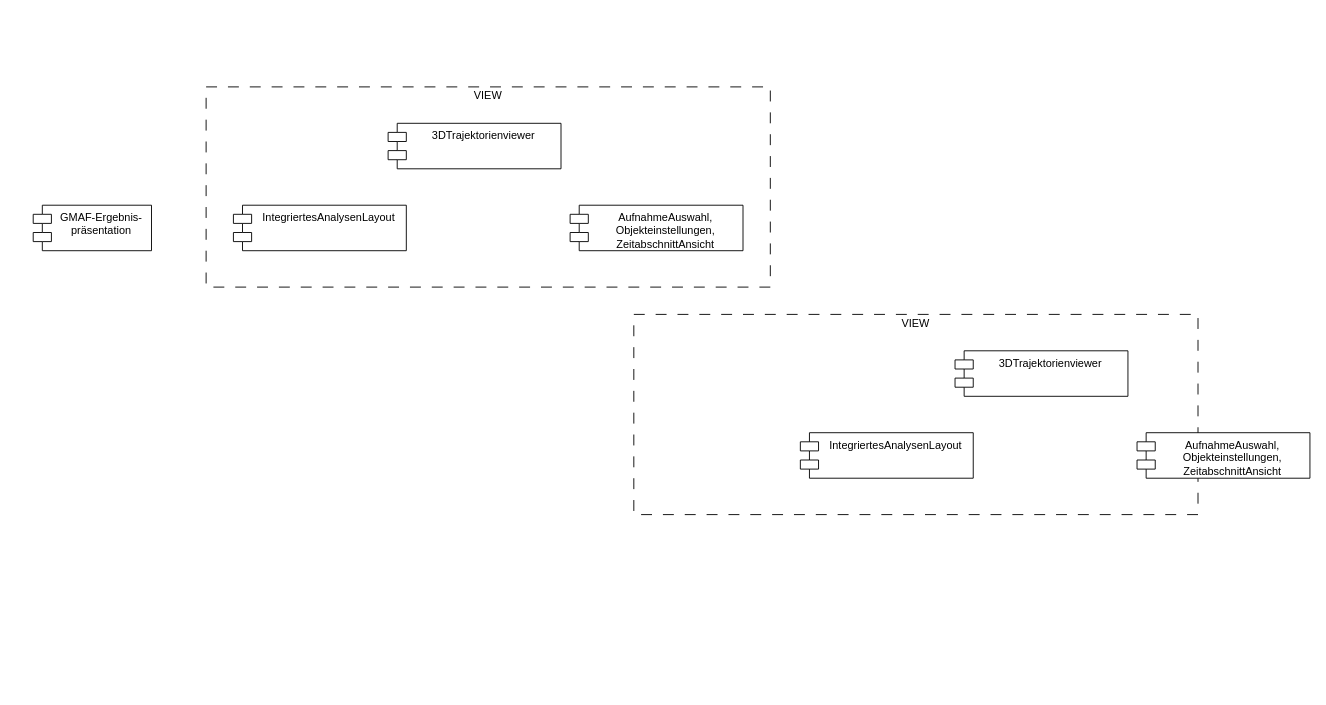
Earlier version of the draw.io diagram Komponentendiagramm.drawio (mfneu/fapra). Source tidied: cells renumbered, new cells numbered last; positions are measured from the earlier drawing's top-left corner, leaving out a move shared by most shapes. Both pictures are drawn from the tidied source at 91%, with x=0, y=0 at pixel (33, 86).
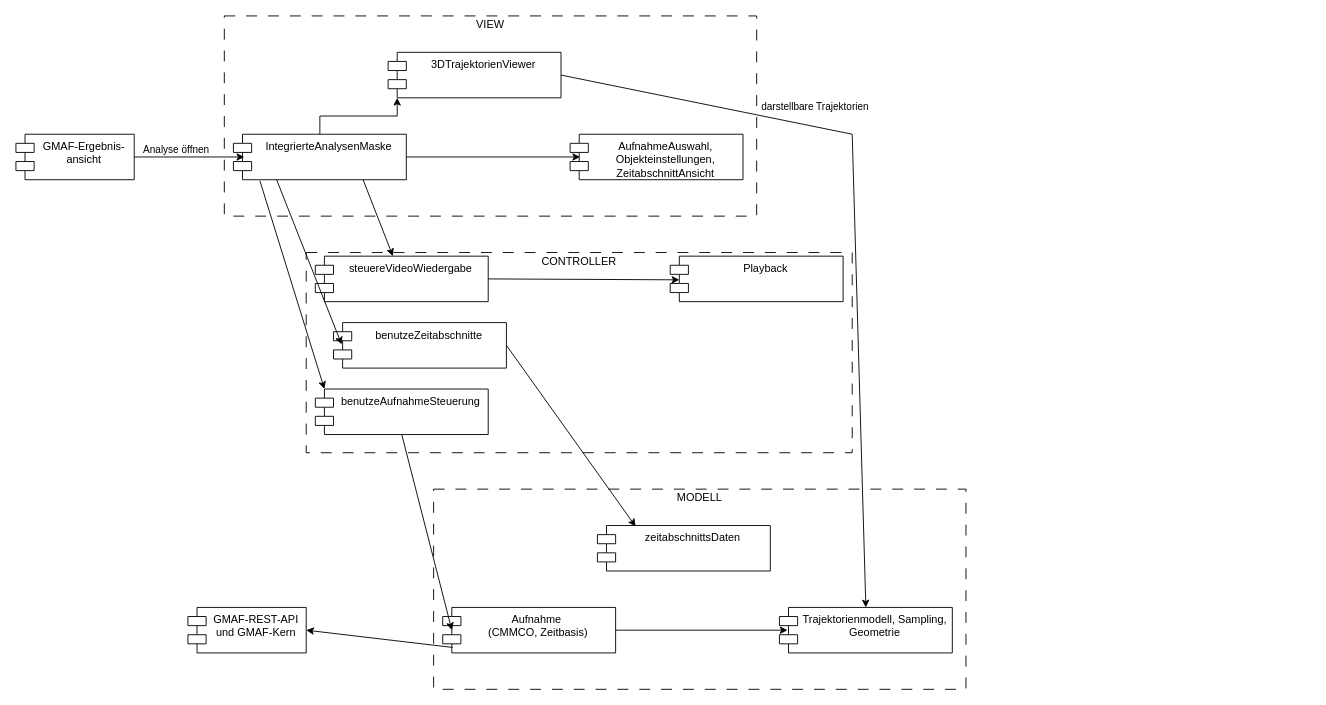
Above is the later version.

Change to the diagram source:
```diff
@@
     <mxCell id="2" value="&lt;div style=&quot;text-align: left;&quot;&gt;VIEW&lt;/div&gt;&lt;div style=&quot;text-align: left;&quot;&gt;&lt;br&gt;&lt;/div&gt;&lt;div style=&quot;text-align: left;&quot;&gt;&lt;br&gt;&lt;/div&gt;&lt;div style=&quot;text-align: left;&quot;&gt;&lt;br&gt;&lt;/div&gt;&lt;div style=&quot;text-align: left;&quot;&gt;&lt;br&gt;&lt;/div&gt;&lt;div style=&quot;text-align: left;&quot;&gt;&lt;br&gt;&lt;/div&gt;&lt;div style=&quot;text-align: left;&quot;&gt;&lt;br&gt;&lt;/div&gt;&lt;div&gt;&lt;br&gt;&lt;/div&gt;&lt;div&gt;&lt;br&gt;&lt;/div&gt;&lt;div&gt;&lt;br&gt;&lt;/div&gt;&lt;div&gt;&lt;br&gt;&lt;/div&gt;&lt;div&gt;&lt;br&gt;&lt;/div&gt;&lt;div&gt;&lt;br&gt;&lt;/div&gt;&lt;div&gt;&lt;br&gt;&lt;/div&gt;&lt;div style=&quot;text-align: left;&quot;&gt;&lt;br&gt;&lt;/div&gt;" style="rounded=0;whiteSpace=wrap;html=1;dashed=1;dashPattern=12 12;" parent="1" vertex="1">
-      <mxGeometry x="190" width="620" height="220" as="geometry" />
+      <mxGeometry x="210" y="-78" width="585" height="220" as="geometry" />
     </mxCell>
-    <mxCell id="3" value="GMAF-Ergebnis-&lt;div&gt;präsentation&lt;/div&gt;" style="shape=module;align=left;spacingLeft=20;align=center;verticalAlign=top;whiteSpace=wrap;html=1;" parent="1" vertex="1">
-      <mxGeometry y="130" width="130" height="50" as="geometry" />
+    <mxCell id="3" value="GMAF-Ergebnis-&lt;div&gt;ansicht&lt;/div&gt;" style="shape=module;align=left;spacingLeft=20;align=center;verticalAlign=top;whiteSpace=wrap;html=1;" parent="1" vertex="1">
+      <mxGeometry x="-19" y="52" width="130" height="50" as="geometry" />
     </mxCell>
-    <mxCell id="4" value="IntegriertesAnalysenLayout" style="shape=module;align=left;spacingLeft=20;align=center;verticalAlign=top;whiteSpace=wrap;html=1;" parent="1" vertex="1">
-      <mxGeometry x="220" y="130" width="190" height="50" as="geometry" />
+    <mxCell id="4" value="IntegrierteAnalysenMaske" style="shape=module;align=left;spacingLeft=20;align=center;verticalAlign=top;whiteSpace=wrap;html=1;" parent="1" vertex="1">
+      <mxGeometry x="220" y="52" width="190" height="50" as="geometry" />
     </mxCell>
-    <mxCell id="5" value="3DTrajektorienviewer" style="shape=module;align=left;spacingLeft=20;align=center;verticalAlign=top;whiteSpace=wrap;html=1;" parent="1" vertex="1">
-      <mxGeometry x="390" y="40" width="190" height="50" as="geometry" />
+    <mxCell id="5" value="3DTrajektorienViewer" style="shape=module;align=left;spacingLeft=20;align=center;verticalAlign=top;whiteSpace=wrap;html=1;" parent="1" vertex="1">
+      <mxGeometry x="390" y="-38" width="190" height="50" as="geometry" />
     </mxCell>
     <mxCell id="6" value="AufnahmeAuswahl, Objekteinstellungen, ZeitabschnittAnsicht" style="shape=module;align=left;spacingLeft=20;align=center;verticalAlign=top;whiteSpace=wrap;html=1;" parent="1" vertex="1">
-      <mxGeometry x="590" y="130" width="190" height="50" as="geometry" />
+      <mxGeometry x="590" y="52" width="190" height="50" as="geometry" />
     </mxCell>
-    <mxCell id="7" value="&lt;div style=&quot;text-align: left;&quot;&gt;VIEW&lt;/div&gt;&lt;div style=&quot;text-align: left;&quot;&gt;&lt;br&gt;&lt;/div&gt;&lt;div style=&quot;text-align: left;&quot;&gt;&lt;br&gt;&lt;/div&gt;&lt;div style=&quot;text-align: left;&quot;&gt;&lt;br&gt;&lt;/div&gt;&lt;div style=&quot;text-align: left;&quot;&gt;&lt;br&gt;&lt;/div&gt;&lt;div style=&quot;text-align: left;&quot;&gt;&lt;br&gt;&lt;/div&gt;&lt;div style=&quot;text-align: left;&quot;&gt;&lt;br&gt;&lt;/div&gt;&lt;div&gt;&lt;br&gt;&lt;/div&gt;&lt;div&gt;&lt;br&gt;&lt;/div&gt;&lt;div&gt;&lt;br&gt;&lt;/div&gt;&lt;div&gt;&lt;br&gt;&lt;/div&gt;&lt;div&gt;&lt;br&gt;&lt;/div&gt;&lt;div&gt;&lt;br&gt;&lt;/div&gt;&lt;div&gt;&lt;br&gt;&lt;/div&gt;&lt;div style=&quot;text-align: left;&quot;&gt;&lt;br&gt;&lt;/div&gt;" style="rounded=0;whiteSpace=wrap;html=1;dashed=1;dashPattern=12 12;" parent="1" vertex="1">
-      <mxGeometry x="660" y="250" width="620" height="220" as="geometry" />
+    <mxCell id="7" value="&lt;div style=&quot;text-align: left;&quot;&gt;CONTROLLER&lt;/div&gt;&lt;div style=&quot;text-align: left;&quot;&gt;&lt;br&gt;&lt;/div&gt;&lt;div style=&quot;text-align: left;&quot;&gt;&lt;br&gt;&lt;/div&gt;&lt;div style=&quot;text-align: left;&quot;&gt;&lt;br&gt;&lt;/div&gt;&lt;div style=&quot;text-align: left;&quot;&gt;&lt;br&gt;&lt;/div&gt;&lt;div style=&quot;text-align: left;&quot;&gt;&lt;br&gt;&lt;/div&gt;&lt;div style=&quot;text-align: left;&quot;&gt;&lt;br&gt;&lt;/div&gt;&lt;div style=&quot;text-align: left;&quot;&gt;&lt;br&gt;&lt;/div&gt;&lt;div style=&quot;text-align: left;&quot;&gt;&lt;br&gt;&lt;/div&gt;&lt;div style=&quot;text-align: left;&quot;&gt;&lt;br&gt;&lt;/div&gt;&lt;div style=&quot;text-align: left;&quot;&gt;&lt;br&gt;&lt;/div&gt;&lt;div style=&quot;text-align: left;&quot;&gt;&lt;br&gt;&lt;/div&gt;&lt;div style=&quot;text-align: left;&quot;&gt;&lt;br&gt;&lt;/div&gt;&lt;div style=&quot;text-align: left;&quot;&gt;&lt;br&gt;&lt;/div&gt;&lt;div style=&quot;text-align: left;&quot;&gt;&lt;br&gt;&lt;/div&gt;" style="rounded=0;whiteSpace=wrap;html=1;dashed=1;dashPattern=12 12;" parent="1" vertex="1">
+      <mxGeometry x="300" y="182" width="600" height="220" as="geometry" />
     </mxCell>
-    <mxCell id="8" value="IntegriertesAnalysenLayout" style="shape=module;align=left;spacingLeft=20;align=center;verticalAlign=top;whiteSpace=wrap;html=1;" parent="1" vertex="1">
-      <mxGeometry x="843" y="380" width="190" height="50" as="geometry" />
+    <mxCell id="8" value="steuereVideoWiedergabe" style="shape=module;align=left;spacingLeft=20;align=center;verticalAlign=top;whiteSpace=wrap;html=1;" parent="1" vertex="1">
+      <mxGeometry x="310" y="186" width="190" height="50" as="geometry" />
     </mxCell>
-    <mxCell id="9" value="3DTrajektorienviewer" style="shape=module;align=left;spacingLeft=20;align=center;verticalAlign=top;whiteSpace=wrap;html=1;" parent="1" vertex="1">
-      <mxGeometry x="1013" y="290" width="190" height="50" as="geometry" />
+    <mxCell id="9" value="benutzeZeitabschnitte" style="shape=module;align=left;spacingLeft=20;align=center;verticalAlign=top;whiteSpace=wrap;html=1;" parent="1" vertex="1">
+      <mxGeometry x="330" y="259" width="190" height="50" as="geometry" />
     </mxCell>
-    <mxCell id="10" value="AufnahmeAuswahl, Objekteinstellungen, ZeitabschnittAnsicht" style="shape=module;align=left;spacingLeft=20;align=center;verticalAlign=top;whiteSpace=wrap;html=1;" parent="1" vertex="1">
-      <mxGeometry x="1213" y="380" width="190" height="50" as="geometry" />
-    </mxCell>
+    <mxCell id="11" value="Playback" style="shape=module;align=left;spacingLeft=20;align=center;verticalAlign=top;whiteSpace=wrap;html=1;" parent="1" vertex="1">
+      <mxGeometry x="700" y="186" width="190" height="50" as="geometry" />
+    </mxCell>
+    <mxCell id="12" value="benutzeAufnahmeSteuerung" style="shape=module;align=left;spacingLeft=20;align=center;verticalAlign=top;whiteSpace=wrap;html=1;" parent="1" vertex="1">
+      <mxGeometry x="310" y="332" width="190" height="50" as="geometry" />
+    </mxCell>
+    <mxCell id="13" value="&lt;div style=&quot;text-align: left;&quot;&gt;MODELL&lt;/div&gt;&lt;div style=&quot;text-align: left;&quot;&gt;&lt;br&gt;&lt;/div&gt;&lt;div style=&quot;text-align: left;&quot;&gt;&lt;br&gt;&lt;/div&gt;&lt;div style=&quot;text-align: left;&quot;&gt;&lt;br&gt;&lt;/div&gt;&lt;div style=&quot;text-align: left;&quot;&gt;&lt;br&gt;&lt;/div&gt;&lt;div style=&quot;text-align: left;&quot;&gt;&lt;br&gt;&lt;/div&gt;&lt;div style=&quot;text-align: left;&quot;&gt;&lt;br&gt;&lt;/div&gt;&lt;div&gt;&lt;br&gt;&lt;/div&gt;&lt;div&gt;&lt;br&gt;&lt;/div&gt;&lt;div&gt;&lt;br&gt;&lt;/div&gt;&lt;div&gt;&lt;br&gt;&lt;/div&gt;&lt;div&gt;&lt;br&gt;&lt;/div&gt;&lt;div&gt;&lt;br&gt;&lt;/div&gt;&lt;div&gt;&lt;br&gt;&lt;/div&gt;&lt;div style=&quot;text-align: left;&quot;&gt;&lt;br&gt;&lt;/div&gt;" style="rounded=0;whiteSpace=wrap;html=1;dashed=1;dashPattern=12 12;" parent="1" vertex="1">
+      <mxGeometry x="440" y="442" width="585" height="220" as="geometry" />
+    </mxCell>
+    <mxCell id="14" value="Aufnahme&amp;nbsp;&lt;div&gt;(CMMCO, Zeitbasis)&lt;/div&gt;" style="shape=module;align=left;spacingLeft=20;align=center;verticalAlign=top;whiteSpace=wrap;html=1;" parent="1" vertex="1">
+      <mxGeometry x="450" y="572" width="190" height="50" as="geometry" />
+    </mxCell>
+    <mxCell id="15" value="zeitabschnittsDaten" style="shape=module;align=left;spacingLeft=20;align=center;verticalAlign=top;whiteSpace=wrap;html=1;" parent="1" vertex="1">
+      <mxGeometry x="620" y="482" width="190" height="50" as="geometry" />
+    </mxCell>
+    <mxCell id="16" value="Trajektorienmodell, Sampling, Geometrie" style="shape=module;align=left;spacingLeft=20;align=center;verticalAlign=top;whiteSpace=wrap;html=1;" parent="1" vertex="1">
+      <mxGeometry x="820" y="572" width="190" height="50" as="geometry" />
+    </mxCell>
+    <mxCell id="17" style="endArrow=classic;html=1;rounded=0;defaultLabelBackgroundColor=page;labelPadding=0 4;exitX=0.153;exitY=1.02;exitDx=0;exitDy=0;exitPerimeter=0;entryX=0;entryY=0;entryDx=10;entryDy=0;entryPerimeter=0;" parent="1" edge="1" source="4" target="12">
+      <mxGeometry relative="1" as="geometry" />
+    </mxCell>
+    <mxCell id="18" style="endArrow=classic;html=1;rounded=0;defaultLabelBackgroundColor=page;labelPadding=0 4;exitX=0.75;exitY=1;exitDx=0;exitDy=0;" parent="1" edge="1" source="4" target="8">
+      <mxGeometry relative="1" as="geometry" />
+    </mxCell>
+    <mxCell id="19" style="edgeStyle=orthogonalEdgeStyle;rounded=0;jettySize=auto;html=1;exitX=1;exitY=0.5;exitDx=0;exitDy=0;entryX=0.063;entryY=0.5;entryDx=0;entryDy=0;entryPerimeter=0;defaultLabelBackgroundColor=page;labelPadding=0 4;" parent="1" edge="1" source="3" target="4">
+      <mxGeometry relative="1" as="geometry" />
+    </mxCell>
+    <mxCell id="20" value="Analyse öffnen" style="edgeLabel;html=1;align=center;verticalAlign=middle;inheritText=1;defaultLabelBackgroundColor=page;labelPadding=0 4;" parent="19" vertex="1">
+      <mxGeometry x="-0.25" y="1" relative="1" as="geometry">
+        <mxPoint y="-8" as="offset" />
+      </mxGeometry>
+    </mxCell>
+    <mxCell id="21" style="endArrow=classic;html=1;rounded=0;defaultLabelBackgroundColor=page;labelPadding=0 4;exitX=0.5;exitY=1;exitDx=0;exitDy=0;entryX=0.053;entryY=0.5;entryDx=0;entryDy=0;entryPerimeter=0;" parent="1" edge="1" source="12" target="14">
+      <mxGeometry relative="1" as="geometry" />
+    </mxCell>
+    <mxCell id="22" style="endArrow=classic;html=1;rounded=0;defaultLabelBackgroundColor=page;labelPadding=0 4;exitX=1;exitY=0.5;exitDx=0;exitDy=0;entryX=0.221;entryY=0.02;entryDx=0;entryDy=0;entryPerimeter=0;" parent="1" edge="1" source="9" target="15">
+      <mxGeometry relative="1" as="geometry" />
+    </mxCell>
+    <mxCell id="23" style="edgeStyle=orthogonalEdgeStyle;rounded=0;jettySize=auto;html=1;exitX=0.5;exitY=0;exitDx=0;exitDy=0;entryX=0;entryY=1;entryDx=10;entryDy=0;entryPerimeter=0;defaultLabelBackgroundColor=page;labelPadding=0 4;" parent="1" edge="1" source="4" target="5">
+      <mxGeometry relative="1" as="geometry" />
+    </mxCell>
+    <mxCell id="24" style="endArrow=classic;html=1;rounded=0;defaultLabelBackgroundColor=page;labelPadding=0 4;exitX=0.25;exitY=1;exitDx=0;exitDy=0;entryX=0.047;entryY=0.48;entryDx=0;entryDy=0;entryPerimeter=0;" parent="1" edge="1" source="4" target="9">
+      <mxGeometry relative="1" as="geometry" />
+    </mxCell>
+    <mxCell id="25" style="edgeStyle=orthogonalEdgeStyle;rounded=0;jettySize=auto;html=1;exitX=1;exitY=0.5;exitDx=0;exitDy=0;entryX=0.058;entryY=0.5;entryDx=0;entryDy=0;entryPerimeter=0;defaultLabelBackgroundColor=page;labelPadding=0 4;" parent="1" edge="1" source="4" target="6">
+      <mxGeometry relative="1" as="geometry" />
+    </mxCell>
+    <mxCell id="26" style="endArrow=classic;html=1;rounded=0;defaultLabelBackgroundColor=page;labelPadding=0 4;exitX=1;exitY=0.5;exitDx=0;exitDy=0;entryX=0.047;entryY=0.5;entryDx=0;entryDy=0;entryPerimeter=0;" parent="1" edge="1" source="14" target="16">
+      <mxGeometry relative="1" as="geometry" />
+    </mxCell>
+    <mxCell id="27" value="GMAF-REST-API und GMAF-Kern" style="shape=module;align=left;spacingLeft=20;align=center;verticalAlign=top;whiteSpace=wrap;html=1;" parent="1" vertex="1">
+      <mxGeometry x="170" y="572" width="130" height="50" as="geometry" />
+    </mxCell>
+    <mxCell id="28" style="endArrow=classic;html=1;rounded=0;defaultLabelBackgroundColor=page;labelPadding=0 4;exitX=0.058;exitY=0.88;exitDx=0;exitDy=0;exitPerimeter=0;entryX=1;entryY=0.5;entryDx=0;entryDy=0;" parent="1" edge="1" source="14" target="27">
+      <mxGeometry relative="1" as="geometry" />
+    </mxCell>
+    <mxCell id="29" style="endArrow=classic;html=1;rounded=0;defaultLabelBackgroundColor=page;labelPadding=0 4;exitX=1;exitY=0.5;exitDx=0;exitDy=0;entryX=0.5;entryY=0;entryDx=0;entryDy=0;" parent="1" edge="1" source="5" target="16">
+      <mxGeometry relative="1" as="geometry">
+        <Array as="points">
+          <mxPoint x="900" y="52" />
+        </Array>
+      </mxGeometry>
+    </mxCell>
+    <mxCell id="30" value="darstellbare Trajektorien" style="edgeLabel;html=1;align=center;verticalAlign=middle;inheritText=1;defaultLabelBackgroundColor=page;labelPadding=0 4;" parent="29" vertex="1">
+      <mxGeometry x="-0.33" y="-1" relative="1" as="geometry">
+        <mxPoint y="-23" as="offset" />
+      </mxGeometry>
+    </mxCell>
+    <mxCell id="31" style="endArrow=classic;html=1;rounded=0;defaultLabelBackgroundColor=page;labelPadding=0 4;exitX=1;exitY=0.5;exitDx=0;exitDy=0;entryX=0.053;entryY=0.52;entryDx=0;entryDy=0;entryPerimeter=0;" parent="1" edge="1" source="8" target="11">
+      <mxGeometry relative="1" as="geometry" />
+    </mxCell>
```
